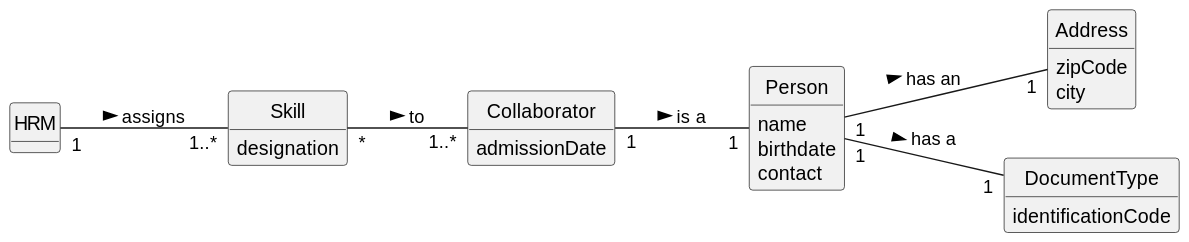
Above: docs/sprintB/us004/02.analysis/svg/us004-domain-model.svg in ricardomm7/leaflink (PlantUML), before the change. Source of this version:
```plantuml
@startuml
skinparam monochrome true
skinparam packageStyle rectangle
skinparam shadowing false

skinparam classAttributeIconSize 0
left to right direction

hide circle
hide methods

class HRM {
}

class Skill {
    designation
}

class Collaborator {
    admissionDate
}

class Person {
    name
    birthdate
    contact
}

class Address{
    zipCode
    city
}

class DocumentType{
  identificationCode
}

Person "1"--"1" Address: has an >
HRM "1" -- "1..*" Skill : assigns >
Collaborator  "1"--"1"  Person: is a >
Person  "1"--"1"  DocumentType: has a >

Skill "*" -- "1..*" Collaborator : to >
@enduml
```
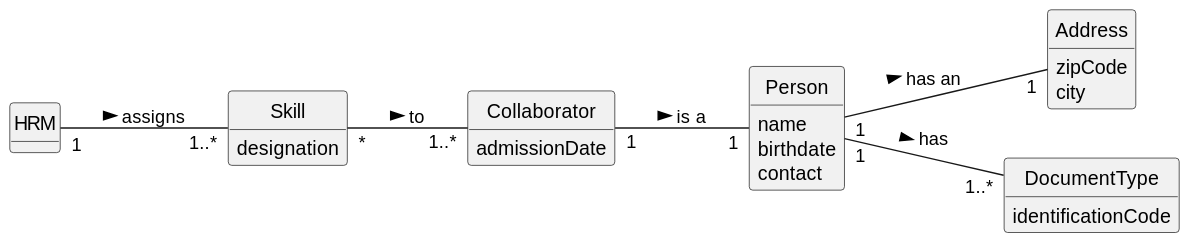
The same file after the commit.

The edit, as a diff of the source:
```diff
@@ -38,7 +38,7 @@
 Person "1"--"1" Address: has an >
 HRM "1" -- "1..*" Skill : assigns >
 Collaborator  "1"--"1"  Person: is a >
-Person  "1"--"1"  DocumentType: has a >
+Person  "1"--"1..*"  DocumentType: has >
 
 Skill "*" -- "1..*" Collaborator : to >
 @enduml
```
